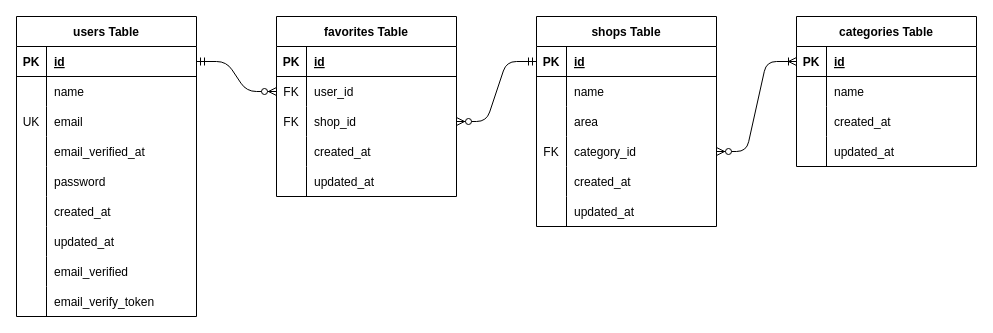
Earlier version of the draw.io diagram .drawio (nan888999/rese). Source tidied: cells renumbered, new cells numbered last; positions are measured from the earlier drawing's top-left corner, leaving out a move shared by most shapes. Both pictures are drawn from the tidied source at 100%, with x=0, y=0 at pixel (16, 16).
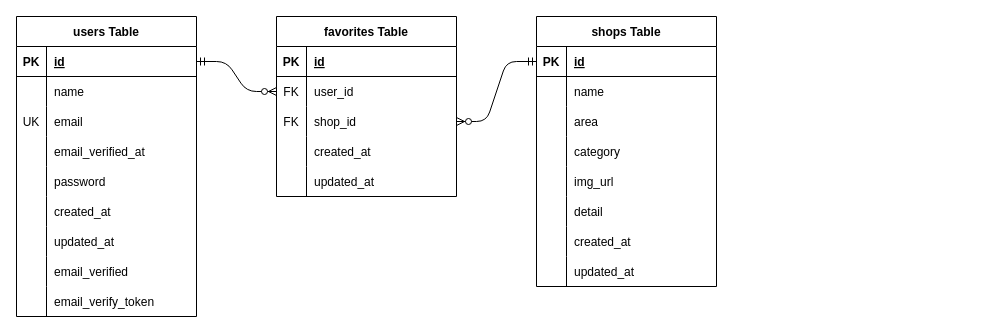
The same diagram, later.

The change refers to these unchanged cells:
```xml
<mxCell id="40" style="shape=tableRow;horizontal=0;startSize=0;swimlaneHead=0;swimlaneBody=0;fillColor=none;points=[[0,0.5],[1,0.5]];portConstraint=eastwest;top=0;left=0;right=0;bottom=0;" parent="30" vertex="1">
  <mxGeometry y="120" width="180" height="30" as="geometry" />
</mxCell>
```

Change to the diagram source:
```diff
@@
     <mxCell id="30" value="shops Table" style="shape=table;startSize=30;childLayout=tableLayout;rowLines=0;fontStyle=1;align=center;" parent="1" vertex="1">
-      <mxGeometry x="520" width="180" height="210" as="geometry" />
+      <mxGeometry x="520" width="180" height="270" as="geometry" />
     </mxCell>
@@
-    <mxCell id="41" value="FK" style="shape=partialRectangle;fillColor=none;top=0;left=0;bottom=0;right=0;overflow=hidden;" parent="40" vertex="1">
+    <mxCell id="41" style="shape=partialRectangle;fillColor=none;top=0;left=0;bottom=0;right=0;overflow=hidden;" parent="40" vertex="1">
       <mxGeometry width="30" height="30" as="geometry" />
     </mxCell>
-    <mxCell id="42" value="category_id" style="shape=partialRectangle;fillColor=none;top=0;left=0;bottom=0;right=0;align=left;spacingLeft=6;overflow=hidden;" parent="40" vertex="1">
+    <mxCell id="42" value="category" style="shape=partialRectangle;fillColor=none;top=0;left=0;bottom=0;right=0;align=left;spacingLeft=6;overflow=hidden;" parent="40" vertex="1">
       <mxGeometry x="30" width="150" height="30" as="geometry" />
     </mxCell>
+    <mxCell id="81" style="shape=tableRow;horizontal=0;startSize=0;swimlaneHead=0;swimlaneBody=0;fillColor=none;top=0;left=0;right=0;bottom=0;" parent="30" vertex="1">
+      <mxGeometry y="150" width="180" height="30" as="geometry" />
+    </mxCell>
+    <mxCell id="82" style="shape=partialRectangle;fillColor=none;top=0;left=0;bottom=0;right=0;overflow=hidden;" parent="81" vertex="1">
+      <mxGeometry width="30" height="30" as="geometry" />
+    </mxCell>
+    <mxCell id="83" value="img_url" style="shape=partialRectangle;fillColor=none;top=0;left=0;bottom=0;right=0;align=left;spacingLeft=6;overflow=hidden;" parent="81" vertex="1">
+      <mxGeometry x="30" width="150" height="30" as="geometry" />
+    </mxCell>
+    <mxCell id="80" style="shape=tableRow;horizontal=0;startSize=0;swimlaneHead=0;swimlaneBody=0;fillColor=none;top=0;left=0;right=0;bottom=0;" parent="30" vertex="1">
+      <mxGeometry y="180" width="180" height="30" as="geometry" />
+    </mxCell>
+    <mxCell id="84" style="shape=partialRectangle;fillColor=none;top=0;left=0;bottom=0;right=0;overflow=hidden;" parent="80" vertex="1">
+      <mxGeometry width="30" height="30" as="geometry" />
+    </mxCell>
+    <mxCell id="85" value="detail" style="shape=partialRectangle;fillColor=none;top=0;left=0;bottom=0;right=0;align=left;spacingLeft=6;overflow=hidden;" parent="80" vertex="1">
+      <mxGeometry x="30" width="150" height="30" as="geometry" />
+    </mxCell>
     <mxCell id="43" style="shape=tableRow;horizontal=0;startSize=0;swimlaneHead=0;swimlaneBody=0;fillColor=none;top=0;left=0;right=0;bottom=0;" parent="30" vertex="1">
-      <mxGeometry y="150" width="180" height="30" as="geometry" />
+      <mxGeometry y="210" width="180" height="30" as="geometry" />
     </mxCell>
@@
     <mxCell id="46" style="shape=tableRow;horizontal=0;startSize=0;swimlaneHead=0;swimlaneBody=0;fillColor=none;top=0;left=0;right=0;bottom=0;" parent="30" vertex="1">
-      <mxGeometry y="180" width="180" height="30" as="geometry" />
+      <mxGeometry y="240" width="180" height="30" as="geometry" />
     </mxCell>
@@
-    <mxCell id="66" value="categories Table" style="shape=table;startSize=30;childLayout=tableLayout;rowLines=0;fontStyle=1;align=center;" parent="1" vertex="1">
-      <mxGeometry x="780" width="180" height="150" as="geometry" />
-    </mxCell>
-    <mxCell id="67" style="shape=tableRow;horizontal=0;startSize=0;swimlaneHead=0;swimlaneBody=0;fillColor=none;points=[[0,0.5],[1,0.5]];portConstraint=eastwest;top=0;left=0;right=0;bottom=1;" parent="66" vertex="1">
-      <mxGeometry y="30" width="180" height="30" as="geometry" />
-    </mxCell>
-    <mxCell id="68" value="PK" style="shape=partialRectangle;fillColor=none;top=0;left=0;bottom=0;right=0;fontStyle=1;overflow=hidden;" parent="67" vertex="1">
-      <mxGeometry width="30" height="30" as="geometry" />
-    </mxCell>
-    <mxCell id="69" value="id" style="shape=partialRectangle;fillColor=none;top=0;left=0;bottom=0;right=0;align=left;spacingLeft=6;fontStyle=5;overflow=hidden;" parent="67" vertex="1">
-      <mxGeometry x="30" width="150" height="30" as="geometry" />
-    </mxCell>
-    <mxCell id="70" style="shape=tableRow;horizontal=0;startSize=0;swimlaneHead=0;swimlaneBody=0;fillColor=none;top=0;left=0;right=0;bottom=0;" parent="66" vertex="1">
-      <mxGeometry y="60" width="180" height="30" as="geometry" />
-    </mxCell>
-    <mxCell id="71" style="shape=partialRectangle;fillColor=none;top=0;left=0;bottom=0;right=0;overflow=hidden;" parent="70" vertex="1">
-      <mxGeometry width="30" height="30" as="geometry" />
-    </mxCell>
-    <mxCell id="72" value="name" style="shape=partialRectangle;fillColor=none;top=0;left=0;bottom=0;right=0;align=left;spacingLeft=6;overflow=hidden;" parent="70" vertex="1">
-      <mxGeometry x="30" width="150" height="30" as="geometry" />
-    </mxCell>
-    <mxCell id="73" style="shape=tableRow;horizontal=0;startSize=0;swimlaneHead=0;swimlaneBody=0;fillColor=none;top=0;left=0;right=0;bottom=0;" parent="66" vertex="1">
-      <mxGeometry y="90" width="180" height="30" as="geometry" />
-    </mxCell>
-    <mxCell id="74" style="shape=partialRectangle;fillColor=none;top=0;left=0;bottom=0;right=0;overflow=hidden;" parent="73" vertex="1">
-      <mxGeometry width="30" height="30" as="geometry" />
-    </mxCell>
-    <mxCell id="75" value="created_at" style="shape=partialRectangle;fillColor=none;top=0;left=0;bottom=0;right=0;align=left;spacingLeft=6;overflow=hidden;" parent="73" vertex="1">
-      <mxGeometry x="30" width="150" height="30" as="geometry" />
-    </mxCell>
-    <mxCell id="76" style="shape=tableRow;horizontal=0;startSize=0;swimlaneHead=0;swimlaneBody=0;fillColor=none;top=0;left=0;right=0;bottom=0;" parent="66" vertex="1">
-      <mxGeometry y="120" width="180" height="30" as="geometry" />
-    </mxCell>
-    <mxCell id="77" style="shape=partialRectangle;fillColor=none;top=0;left=0;bottom=0;right=0;overflow=hidden;" parent="76" vertex="1">
-      <mxGeometry width="30" height="30" as="geometry" />
-    </mxCell>
-    <mxCell id="78" value="updated_at" style="shape=partialRectangle;fillColor=none;top=0;left=0;bottom=0;right=0;align=left;spacingLeft=6;overflow=hidden;" parent="76" vertex="1">
-      <mxGeometry x="30" width="150" height="30" as="geometry" />
-    </mxCell>
@@
-    <mxCell id="80" style="edgeStyle=entityRelationEdgeStyle;fontSize=12;html=1;endArrow=ERoneToMany;startArrow=ERzeroToMany;exitX=1;exitY=0.5;exitDx=0;exitDy=0;" parent="1" edge="1" source="40" target="67">
-      <mxGeometry relative="1" as="geometry" />
-    </mxCell>
```
